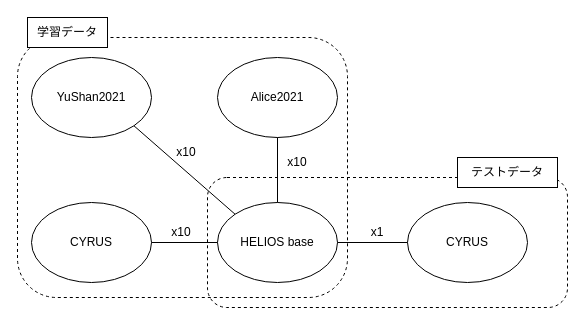
Earlier version of the draw.io diagram 4/create_data.drawio (SuperTikuwa/thesis-images). Source tidied: cells renumbered, new cells numbered last; positions are measured from the earlier drawing's top-left corner, leaving out a move shared by most shapes. Both pictures are drawn from the tidied source at 100%, with x=0, y=0 at pixel (17, 17).
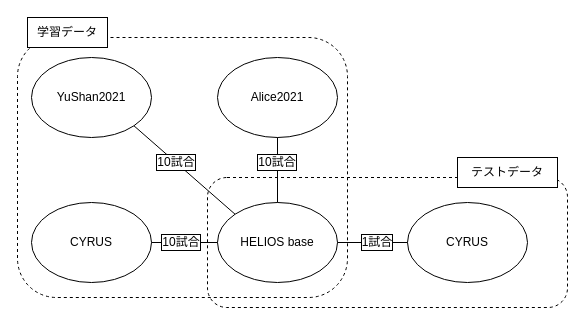
After the change.

Commit message:
create_data.drawio を更新します

Change to the diagram source:
```diff
@@
 <mxGraphModel>
   <root>
     <mxCell id="0" />
     <mxCell id="1" parent="0" />
     <mxCell id="2" style="rounded=1;whiteSpace=wrap;html=1;fillColor=none;dashed=1;fontSize=12;" parent="1" vertex="1">
       <mxGeometry y="20" width="330" height="260" as="geometry" />
     </mxCell>
     <mxCell id="3" style="rounded=1;whiteSpace=wrap;html=1;fillColor=none;dashed=1;fontSize=12;" parent="1" vertex="1">
       <mxGeometry x="190" y="160" width="360" height="130" as="geometry" />
     </mxCell>
     <mxCell id="4" value="YuShan2021" style="ellipse;whiteSpace=wrap;html=1;fillColor=default;fontSize=12;" parent="1" vertex="1">
       <mxGeometry x="14" y="40" width="120" height="80" as="geometry" />
     </mxCell>
     <mxCell id="5" value="Alice2021" style="ellipse;whiteSpace=wrap;html=1;fillColor=default;fontSize=12;" parent="1" vertex="1">
       <mxGeometry x="200" y="40" width="120" height="80" as="geometry" />
     </mxCell>
     <mxCell id="6" value="HELIOS base" style="ellipse;whiteSpace=wrap;html=1;fillColor=default;fontSize=12;" parent="1" vertex="1">
       <mxGeometry x="200" y="185" width="120" height="80" as="geometry" />
     </mxCell>
     <mxCell id="7" value="CYRUS" style="ellipse;whiteSpace=wrap;html=1;fillColor=default;fontSize=12;" parent="1" vertex="1">
       <mxGeometry x="14" y="185" width="120" height="80" as="geometry" />
     </mxCell>
     <mxCell id="8" style="endArrow=none;html=1;rounded=0;exitX=0.5;exitY=0;exitDx=0;exitDy=0;entryX=0.5;entryY=1;entryDx=0;entryDy=0;fontSize=12;" parent="1" edge="1" source="6" target="5">
       <mxGeometry relative="1" as="geometry" />
     </mxCell>
     <mxCell id="9" style="endArrow=none;html=1;rounded=0;exitX=0;exitY=0;exitDx=0;exitDy=0;entryX=1;entryY=1;entryDx=0;entryDy=0;fontSize=12;" parent="1" edge="1" source="6" target="4">
       <mxGeometry relative="1" as="geometry" />
     </mxCell>
     <mxCell id="10" style="endArrow=none;html=1;rounded=0;exitX=0;exitY=0.5;exitDx=0;exitDy=0;entryX=1;entryY=0.5;entryDx=0;entryDy=0;fontSize=12;" parent="1" edge="1" source="6" target="7">
       <mxGeometry relative="1" as="geometry" />
     </mxCell>
     <mxCell id="11" value="CYRUS" style="ellipse;whiteSpace=wrap;html=1;fillColor=default;fontSize=12;" parent="1" vertex="1">
       <mxGeometry x="390" y="185" width="120" height="80" as="geometry" />
     </mxCell>
     <mxCell id="12" style="endArrow=none;html=1;rounded=0;exitX=0;exitY=0.5;exitDx=0;exitDy=0;entryX=1;entryY=0.5;entryDx=0;entryDy=0;fontSize=12;" parent="1" edge="1" source="11" target="6">
       <mxGeometry relative="1" as="geometry" />
     </mxCell>
     <mxCell id="13" value="学習データ" style="text;html=1;strokeColor=default;fillColor=default;align=center;verticalAlign=middle;whiteSpace=wrap;rounded=0;fontSize=12;" parent="1" vertex="1">
       <mxGeometry x="10" width="80" height="30" as="geometry" />
     </mxCell>
     <mxCell id="14" value="テストデータ" style="text;html=1;strokeColor=default;fillColor=default;align=center;verticalAlign=middle;whiteSpace=wrap;rounded=0;fontSize=12;" parent="1" vertex="1">
       <mxGeometry x="440" y="140" width="100" height="30" as="geometry" />
     </mxCell>
-    <mxCell id="15" value="x10" style="text;html=1;strokeColor=none;fillColor=none;align=center;verticalAlign=middle;whiteSpace=wrap;rounded=0;fontSize=12;" parent="1" vertex="1">
-      <mxGeometry x="250" y="130" width="60" height="30" as="geometry" />
+    <mxCell id="15" value="10試合" style="text;html=1;strokeColor=none;fillColor=none;align=center;verticalAlign=middle;whiteSpace=wrap;rounded=0;fontSize=12;labelBackgroundColor=default;labelBorderColor=default;" parent="1" vertex="1">
+      <mxGeometry x="230" y="130" width="60" height="30" as="geometry" />
     </mxCell>
-    <mxCell id="16" value="x10" style="text;html=1;strokeColor=none;fillColor=none;align=center;verticalAlign=middle;whiteSpace=wrap;rounded=0;fontSize=12;" parent="1" vertex="1">
-      <mxGeometry x="144" y="120" width="50" height="30" as="geometry" />
+    <mxCell id="16" value="10試合" style="text;html=1;strokeColor=none;fillColor=none;align=center;verticalAlign=middle;whiteSpace=wrap;rounded=0;fontSize=12;labelBackgroundColor=default;labelBorderColor=default;horizontal=1;spacing=2;" parent="1" vertex="1">
+      <mxGeometry x="134" y="130" width="50" height="30" as="geometry" />
     </mxCell>
-    <mxCell id="17" value="x10" style="text;html=1;strokeColor=none;fillColor=none;align=center;verticalAlign=middle;whiteSpace=wrap;rounded=0;fontSize=12;" parent="1" vertex="1">
-      <mxGeometry x="134" y="200" width="60" height="30" as="geometry" />
+    <mxCell id="17" value="10試合" style="text;html=1;strokeColor=none;fillColor=none;align=center;verticalAlign=middle;whiteSpace=wrap;rounded=0;fontSize=12;labelBackgroundColor=default;labelBorderColor=default;" parent="1" vertex="1">
+      <mxGeometry x="134" y="210" width="60" height="30" as="geometry" />
     </mxCell>
-    <mxCell id="18" value="x1" style="text;html=1;strokeColor=none;fillColor=none;align=center;verticalAlign=middle;whiteSpace=wrap;rounded=0;fontSize=12;" parent="1" vertex="1">
-      <mxGeometry x="330" y="200" width="60" height="30" as="geometry" />
+    <mxCell id="18" value="1試合" style="text;html=1;strokeColor=none;fillColor=none;align=center;verticalAlign=middle;whiteSpace=wrap;rounded=0;fontSize=12;labelBackgroundColor=default;labelBorderColor=default;" parent="1" vertex="1">
+      <mxGeometry x="330" y="210" width="60" height="30" as="geometry" />
     </mxCell>
   </root>
 </mxGraphModel>
```
